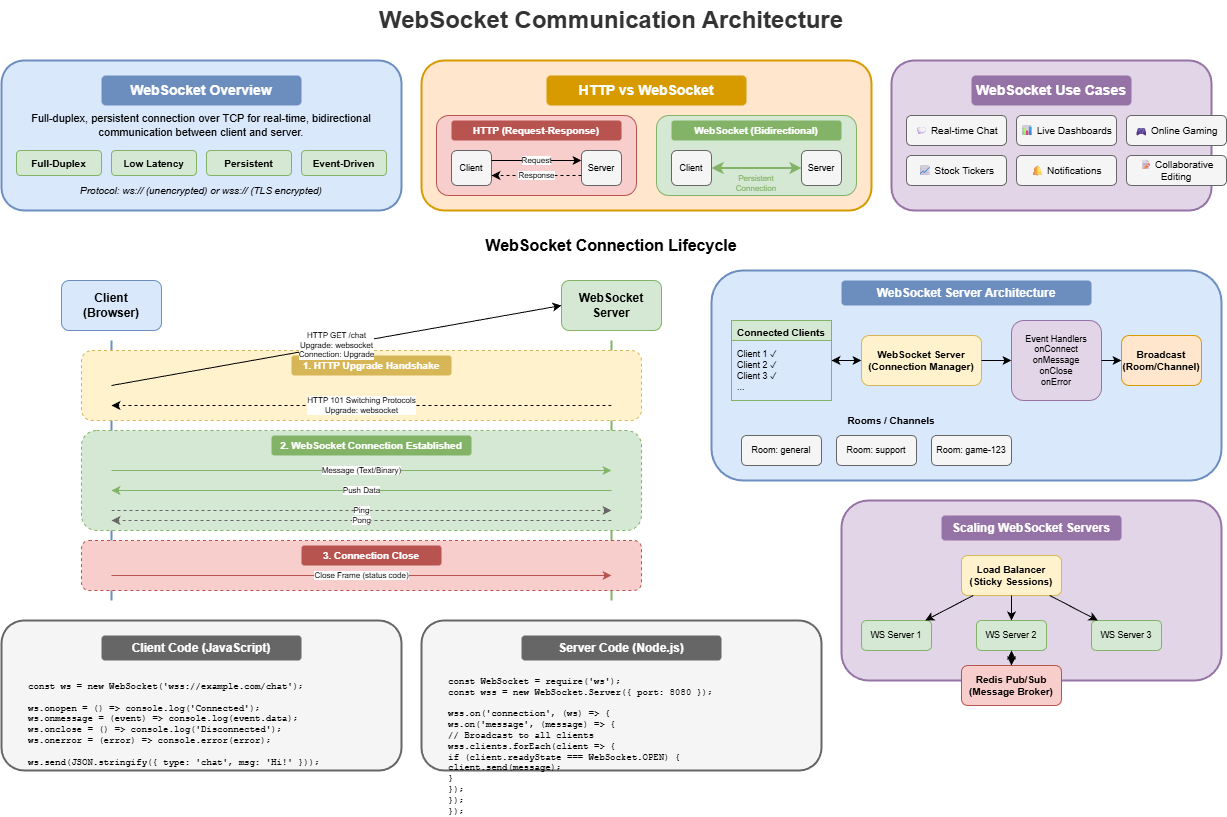
MrParkerZ7/document-lesson-software-architect-x-claude keeps this draw.io diagram as lesson-01-software-design-architecture/diagrams/4.4-websocket-flow.png. Above is the earlier version. Source tidied: cells renumbered, new cells last; positions are measured from the earlier drawing's top-left corner, leaving out a move shared by most shapes.
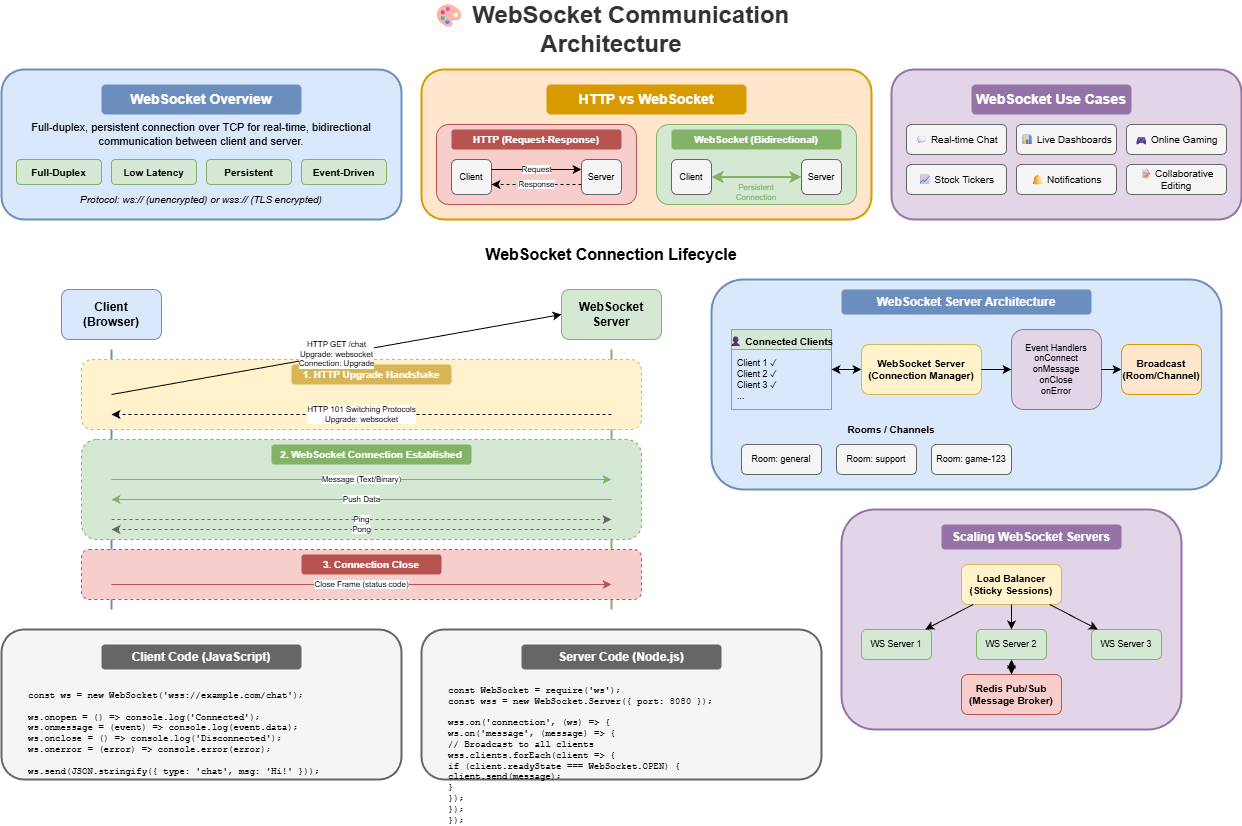
The same diagram one commit later.

Change to the diagram source:
```diff
@@ -2,7 +2,7 @@
   <root>
     <mxCell id="0" />
     <mxCell id="1" parent="0" />
-    <mxCell id="2" value="WebSocket Communication Architecture" style="text;html=1;strokeColor=none;fillColor=none;align=center;verticalAlign=middle;whiteSpace=wrap;rounded=0;fontSize=24;fontStyle=1;fontColor=#333333;" parent="1" vertex="1">
+    <mxCell id="2" value="🎨 WebSocket Communication Architecture" style="text;html=1;strokeColor=none;fillColor=none;align=center;verticalAlign=middle;whiteSpace=wrap;rounded=0;fontSize=24;fontStyle=1;fontColor=#333333;" parent="1" vertex="1">
       <mxGeometry x="360" width="500" height="40" as="geometry" />
     </mxCell>
     <mxCell id="3" style="rounded=1;whiteSpace=wrap;html=1;fillColor=#dae8fc;strokeColor=#6c8ebf;strokeWidth=2;" parent="1" vertex="1">
@@ -81,7 +81,7 @@
       <mxGeometry x="715" y="175" width="80" height="15" as="geometry" />
     </mxCell>
     <mxCell id="25" style="rounded=1;whiteSpace=wrap;html=1;fillColor=#e1d5e7;strokeColor=#9673a6;strokeWidth=2;" parent="1" vertex="1">
-      <mxGeometry x="890" y="60" width="320" height="150" as="geometry" />
+      <mxGeometry x="890" y="60" width="350" height="150" as="geometry" />
     </mxCell>
     <mxCell id="26" value="WebSocket Use Cases" style="text;html=1;strokeColor=none;fillColor=#9673a6;align=center;verticalAlign=middle;whiteSpace=wrap;rounded=1;fontSize=14;fontStyle=1;fontColor=#ffffff;" parent="1" vertex="1">
       <mxGeometry x="970" y="75" width="160" height="30" as="geometry" />
@@ -190,7 +190,7 @@
     <mxCell id="52" value="WebSocket Server Architecture" style="text;html=1;strokeColor=none;fillColor=#6c8ebf;align=center;verticalAlign=middle;whiteSpace=wrap;rounded=1;fontSize=12;fontStyle=1;fontColor=#ffffff;" parent="1" vertex="1">
       <mxGeometry x="840" y="280" width="250" height="25" as="geometry" />
     </mxCell>
-    <mxCell id="53" value="Connected Clients" style="swimlane;fontStyle=1;align=center;verticalAlign=top;horizontal=1;startSize=20;fillColor=#d5e8d4;strokeColor=#82b366;fontSize=10;" parent="1" vertex="1">
+    <mxCell id="53" value="👤 Connected Clients" style="swimlane;fontStyle=1;align=center;verticalAlign=top;horizontal=1;startSize=20;fillColor=#d5e8d4;strokeColor=#82b366;fontSize=10;" parent="1" vertex="1">
       <mxGeometry x="730" y="320" width="100" height="80" as="geometry" />
     </mxCell>
     <mxCell id="54" value="Client 1 ✓&#10;Client 2 ✓&#10;Client 3 ✓&#10;..." style="text;strokeColor=none;fillColor=none;align=left;verticalAlign=top;spacingLeft=4;spacingTop=2;overflow=hidden;fontSize=9;" parent="53" vertex="1">
@@ -245,7 +245,7 @@
       <mxGeometry x="435" y="665" width="370" height="100" as="geometry" />
     </mxCell>
     <mxCell id="71" style="rounded=1;whiteSpace=wrap;html=1;fillColor=#e1d5e7;strokeColor=#9673a6;strokeWidth=2;" parent="1" vertex="1">
-      <mxGeometry x="840" y="500" width="380" height="180" as="geometry" />
+      <mxGeometry x="840" y="500" width="340" height="220" as="geometry" />
     </mxCell>
     <mxCell id="72" value="Scaling WebSocket Servers" style="text;html=1;strokeColor=none;fillColor=#9673a6;align=center;verticalAlign=middle;whiteSpace=wrap;rounded=1;fontSize=12;fontStyle=1;fontColor=#ffffff;" parent="1" vertex="1">
       <mxGeometry x="940" y="515" width="180" height="25" as="geometry" />
```
